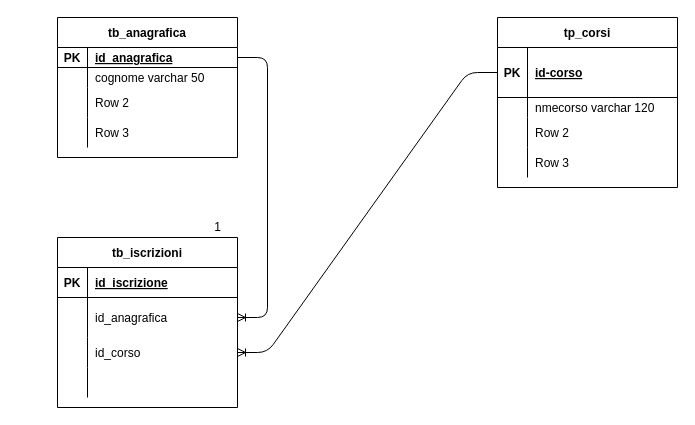
Earlier version of the draw.io diagram Untitled Diagram.drawio (andreabesso/andreabesso). Source tidied: cells renumbered, new cells numbered last; positions are measured from the earlier drawing's top-left corner, leaving out a move shared by most shapes. Both pictures are drawn from the tidied source at 100%, with x=0, y=0 at pixel (57, 17).
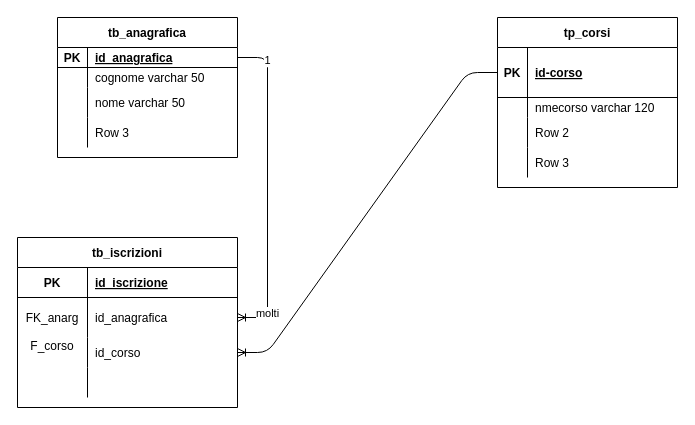
The same page after the edit.

Unchanged cells that the change refers to:
```xml
<mxCell id="9" style="shape=partialRectangle;fillColor=none;top=0;left=0;bottom=0;right=0;" parent="2" vertex="1">
  <mxGeometry y="70" width="180" height="30" as="geometry" />
</mxCell>
<mxCell id="41" style="edgeStyle=entityRelationEdgeStyle;fontSize=12;html=1;endArrow=ERoneToMany;entryX=1;entryY=0.5;entryDx=0;entryDy=0;" parent="1" edge="1" target="32">
  <mxGeometry relative="1" as="geometry">
    <mxPoint x="180" y="40" as="sourcePoint" />
  </mxGeometry>
</mxCell>
```

Diff of the diagram source:
```diff
@@
-    <mxCell id="11" value="Row 2" style="shape=partialRectangle;fillColor=none;top=0;left=0;bottom=0;right=0;align=left;spacingLeft=6;overflow=hidden;" parent="9" vertex="1">
+    <mxCell id="11" value="nome varchar 50" style="shape=partialRectangle;fillColor=none;top=0;left=0;bottom=0;right=0;align=left;spacingLeft=6;overflow=hidden;" parent="9" vertex="1">
       <mxGeometry x="30" width="150" height="30" as="geometry" />
     </mxCell>
@@
     <mxCell id="28" value="tb_iscrizioni" style="shape=table;startSize=30;childLayout=tableLayout;rowLines=0;fontStyle=1;align=center;" parent="1" vertex="1">
-      <mxGeometry y="220" width="180" height="170" as="geometry" />
+      <mxGeometry x="-40" y="220" width="220" height="170" as="geometry" />
     </mxCell>
     <mxCell id="29" style="shape=partialRectangle;fillColor=none;top=0;left=0;bottom=1;right=0;" parent="28" vertex="1">
-      <mxGeometry y="30" width="180" height="30" as="geometry" />
+      <mxGeometry y="30" width="220" height="30" as="geometry" />
     </mxCell>
     <mxCell id="30" value="PK" style="shape=partialRectangle;fillColor=none;top=0;left=0;bottom=0;right=0;fontStyle=1;overflow=hidden;" parent="29" vertex="1">
-      <mxGeometry width="30" height="30" as="geometry" />
+      <mxGeometry width="70" height="30" as="geometry" />
     </mxCell>
     <mxCell id="31" value="id_iscrizione" style="shape=partialRectangle;fillColor=none;top=0;left=0;bottom=0;right=0;align=left;spacingLeft=6;fontStyle=5;overflow=hidden;" parent="29" vertex="1">
-      <mxGeometry x="30" width="150" height="30" as="geometry" />
+      <mxGeometry x="70" width="150" height="30" as="geometry" />
     </mxCell>
     <mxCell id="32" style="shape=partialRectangle;fillColor=none;top=0;left=0;bottom=0;right=0;points=[[0,0.5],[1,0.5]];portConstraint=eastwest;" parent="28" vertex="1">
-      <mxGeometry y="60" width="180" height="40" as="geometry" />
+      <mxGeometry y="60" width="220" height="40" as="geometry" />
     </mxCell>
-    <mxCell id="33" style="shape=partialRectangle;fillColor=none;top=0;left=0;bottom=0;right=0;overflow=hidden;" parent="32" vertex="1">
-      <mxGeometry width="30" height="40" as="geometry" />
+    <mxCell id="33" value="FK_anarg" style="shape=partialRectangle;fillColor=none;top=0;left=0;bottom=0;right=0;overflow=hidden;" parent="32" vertex="1">
+      <mxGeometry width="70" height="40" as="geometry" />
     </mxCell>
     <mxCell id="34" value="id_anagrafica" style="shape=partialRectangle;fillColor=none;top=0;left=0;bottom=0;right=0;align=left;spacingLeft=6;overflow=hidden;" parent="32" vertex="1">
-      <mxGeometry x="30" width="150" height="40" as="geometry" />
+      <mxGeometry x="70" width="150" height="40" as="geometry" />
     </mxCell>
     <mxCell id="35" style="shape=partialRectangle;fillColor=none;top=0;left=0;bottom=0;right=0;points=[[0,0.5],[1,0.5]];portConstraint=eastwest;" parent="28" vertex="1">
-      <mxGeometry y="100" width="180" height="30" as="geometry" />
+      <mxGeometry y="100" width="220" height="30" as="geometry" />
     </mxCell>
-    <mxCell id="36" style="shape=partialRectangle;fillColor=none;top=0;left=0;bottom=0;right=0;overflow=hidden;" parent="35" vertex="1">
-      <mxGeometry width="30" height="30" as="geometry" />
+    <mxCell id="36" value="F_corso&#10;" style="shape=partialRectangle;fillColor=none;top=0;left=0;bottom=0;right=0;overflow=hidden;" parent="35" vertex="1">
+      <mxGeometry width="70" height="30" as="geometry" />
     </mxCell>
     <mxCell id="37" value="id_corso" style="shape=partialRectangle;fillColor=none;top=0;left=0;bottom=0;right=0;align=left;spacingLeft=6;overflow=hidden;" parent="35" vertex="1">
-      <mxGeometry x="30" width="150" height="30" as="geometry" />
+      <mxGeometry x="70" width="150" height="30" as="geometry" />
     </mxCell>
     <mxCell id="38" style="shape=partialRectangle;fillColor=none;top=0;left=0;bottom=0;right=0;" parent="28" vertex="1">
-      <mxGeometry y="130" width="180" height="30" as="geometry" />
+      <mxGeometry y="130" width="220" height="30" as="geometry" />
     </mxCell>
     <mxCell id="39" style="shape=partialRectangle;fillColor=none;top=0;left=0;bottom=0;right=0;overflow=hidden;" parent="38" vertex="1">
-      <mxGeometry width="30" height="30" as="geometry" />
+      <mxGeometry width="70" height="30" as="geometry" />
     </mxCell>
     <mxCell id="40" style="shape=partialRectangle;fillColor=none;top=0;left=0;bottom=0;right=0;align=left;spacingLeft=6;overflow=hidden;" parent="38" vertex="1">
-      <mxGeometry x="30" width="150" height="30" as="geometry" />
+      <mxGeometry x="70" width="150" height="30" as="geometry" />
     </mxCell>
@@
+    <mxCell id="44" value="molti&lt;br&gt;" style="edgeLabel;html=1;align=center;verticalAlign=middle;" parent="41" vertex="1">
+      <mxGeometry x="0.78" y="-1" relative="1" as="geometry" />
+    </mxCell>
+    <mxCell id="43" value="1" style="edgeLabel;html=1;align=center;verticalAlign=middle;" parent="41" vertex="1">
+      <mxGeometry x="-0.82" y="-2" relative="1" as="geometry" />
+    </mxCell>
@@
-    <mxCell id="43" value="1" style="text;html=1;align=center;verticalAlign=middle;" parent="1" vertex="1">
-      <mxGeometry x="150" y="200" width="20" height="20" as="geometry" />
-    </mxCell>
```
